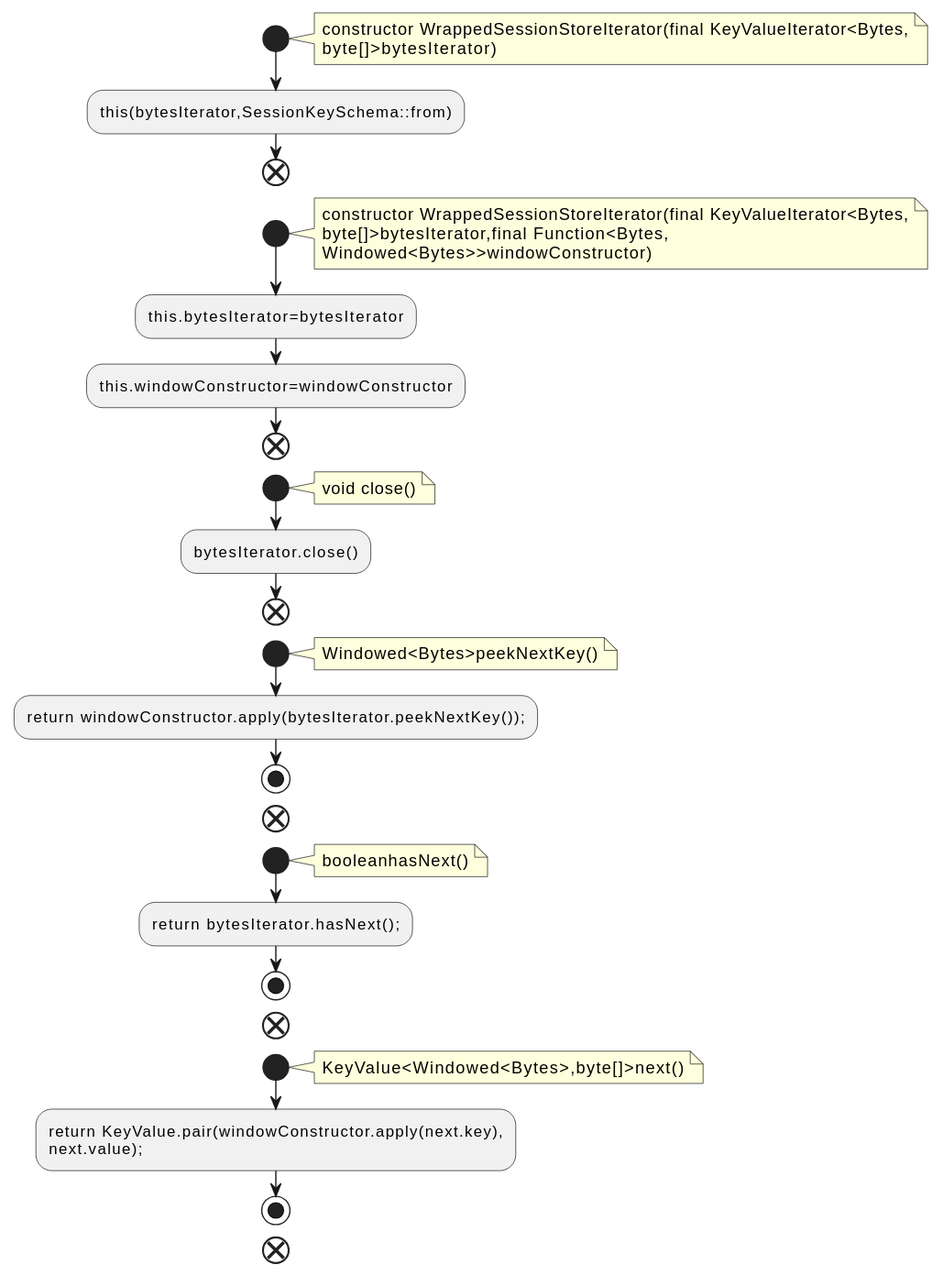
Before: docs/qc/streams/src/main/java/org/apache/kafka/streams/state/internals/WrappedSessionStoreIterator.java.fct.svg, a diagram exported from PlantUML (qualitesys/kafka).
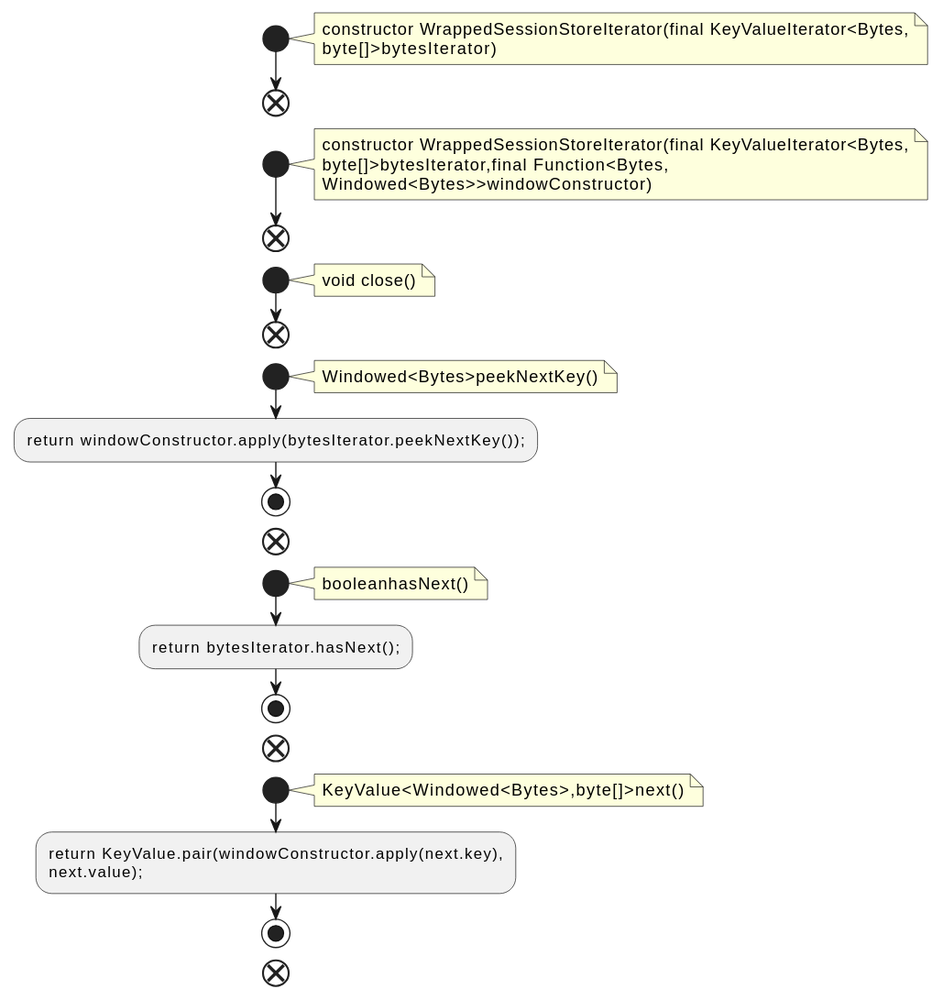
Above is the later version.

Diff of the diagram source:
```diff
@@ -5,7 +5,6 @@
 constructor WrappedSessionStoreIterator(final KeyValueIterator<Bytes,
 byte[]>bytesIterator)
 end note
-:this(bytesIterator,SessionKeySchema::from);
 end
 start
 note right
@@ -13,14 +12,11 @@
 byte[]>bytesIterator,final Function<Bytes,
 Windowed<Bytes>>windowConstructor)
 end note
-:this.bytesIterator=bytesIterator;
-:this.windowConstructor=windowConstructor;
 end
 start
 note right
 void close()
 end note
-:bytesIterator.close();
 end
 start
 note right
```
